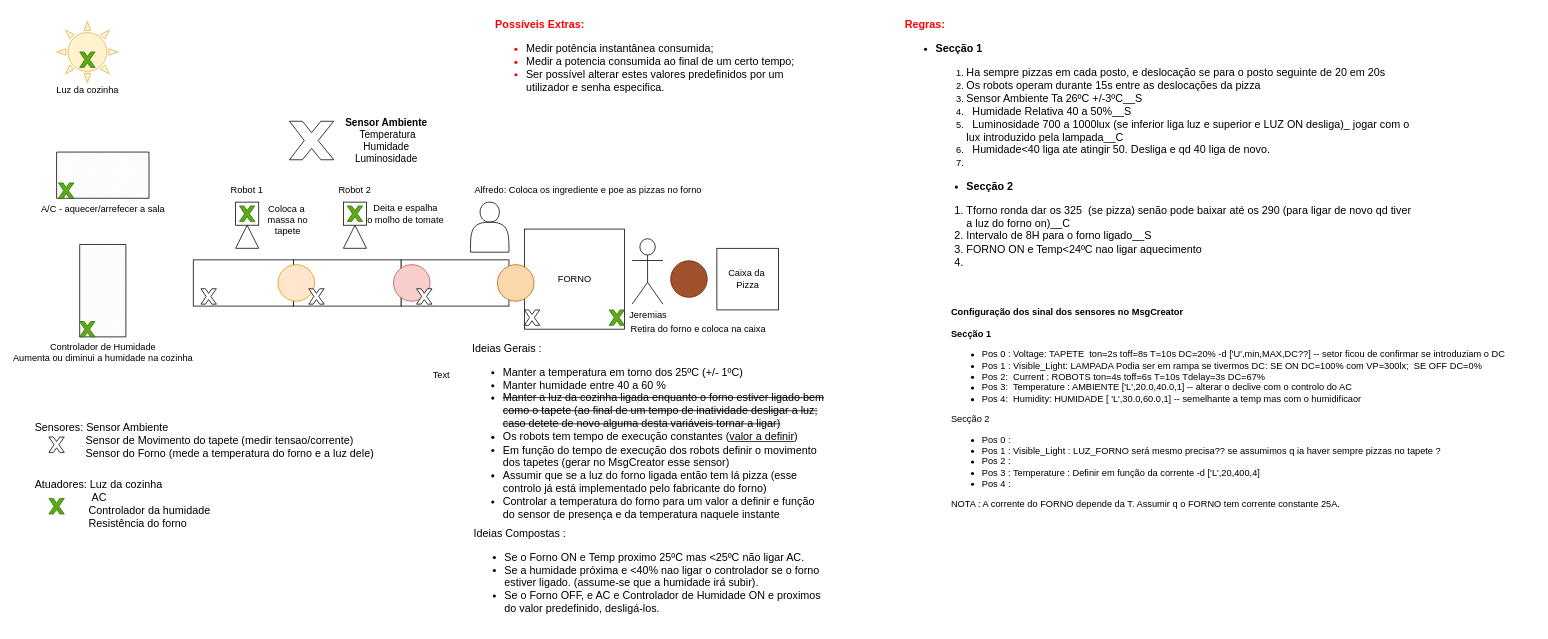
Above: squematics/base_floor.drawio in Automation-yatata/Industry4.0-PizzaPlace (draw.io), before the change. Source tidied: cells renumbered, new cells numbered last; positions are measured from the earlier drawing's top-left corner, leaving out a move shared by most shapes. Both pictures are drawn from the tidied source at 77%, with x=0, y=0 at pixel (33, 13).
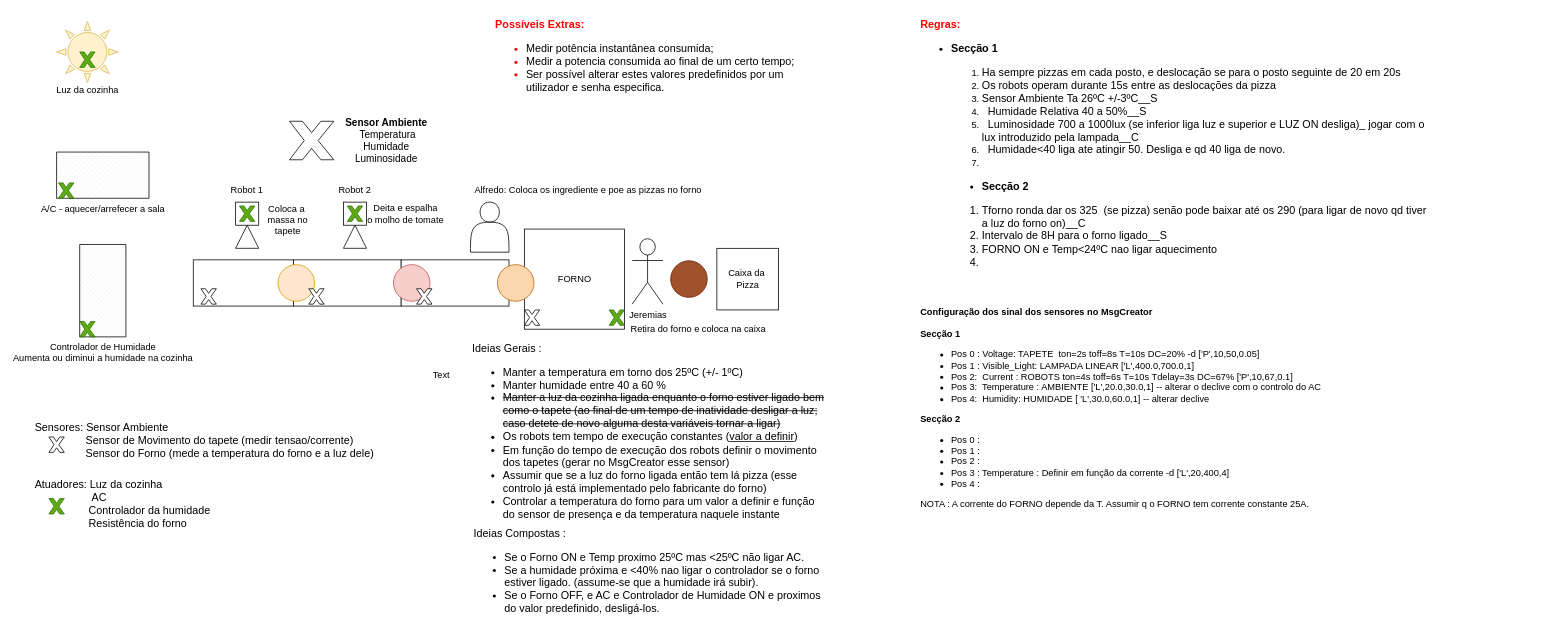
Above is the later version.

The edit, as a diff of the source:
```diff
@@
     <mxCell id="47" value="&lt;b&gt;&lt;font style=&quot;font-size: 14px&quot;&gt;&lt;font color=&quot;#ff0000&quot;&gt;Regras:&lt;/font&gt;&lt;br&gt;&lt;ul&gt;&lt;li&gt;&lt;b&gt;&lt;font style=&quot;font-size: 14px&quot;&gt;Secção &lt;/font&gt;&lt;font style=&quot;font-size: 14px&quot;&gt;1&lt;/font&gt;&lt;/b&gt;&lt;/li&gt;&lt;/ul&gt;&lt;/font&gt;&lt;/b&gt;&lt;blockquote style=&quot;margin: 0 0 0 40px ; border: none ; padding: 0px&quot;&gt;&lt;ol&gt;&lt;li&gt;&lt;span style=&quot;font-size: 14px&quot;&gt;Ha sempre pizzas em cada posto, e deslocação se para o posto seguinte de 20 em 20s&lt;/span&gt;&lt;/li&gt;&lt;li&gt;&lt;span style=&quot;font-size: 14px&quot;&gt;Os robots operam durante 15s entre as &lt;/span&gt;&lt;span style=&quot;font-size: 14px&quot;&gt;deslocações&lt;/span&gt;&lt;span style=&quot;font-size: 14px&quot;&gt;&amp;nbsp;da pizza&amp;nbsp;&lt;/span&gt;&lt;/li&gt;&lt;li&gt;&lt;span style=&quot;font-size: 14px&quot;&gt; Sensor Ambiente Ta 26ºC +/-3ºC__S&amp;nbsp;&lt;/span&gt;&lt;/li&gt;&lt;li&gt;&lt;b style=&quot;font-size: 14px&quot;&gt;&amp;nbsp; &lt;/b&gt;&lt;span style=&quot;font-size: 14px&quot;&gt;Humidade Relativa 40 a 50%__S&lt;/span&gt;&lt;/li&gt;&lt;li&gt;&lt;span style=&quot;font-size: 14px&quot;&gt;&amp;nbsp; Luminosidade 700 a 1000lux (se inferior liga luz e superior e LUZ ON desliga)_ jogar com o lux introduzido pela lampada__C&lt;/span&gt;&lt;/li&gt;&lt;li&gt;&lt;span style=&quot;font-size: 14px&quot;&gt;&amp;nbsp; Humidade&amp;lt;40 liga ate atingir 50. Desliga e qd 40 liga de novo.&lt;/span&gt;&lt;/li&gt;&lt;li&gt;&lt;span style=&quot;font-size: 14px&quot;&gt;&lt;br&gt;&lt;/span&gt;&lt;/li&gt;&lt;/ol&gt;&lt;div style=&quot;font-size: 14px&quot;&gt;&lt;ul&gt;&lt;li&gt;&lt;span style=&quot;font-size: 14px&quot;&gt;&lt;b&gt;Secção 2&lt;/b&gt;&lt;/span&gt;&lt;/li&gt;&lt;/ul&gt;&lt;ol&gt;&lt;li&gt;Tforno ronda dar os 325&amp;nbsp; (se pizza) senão pode baixar até os 290 (para ligar de novo qd tiver a luz do forno on)__C&lt;/li&gt;&lt;li&gt;Intervalo de 8H para o forno ligado__S&lt;/li&gt;&lt;li&gt;FORNO ON e Temp&amp;lt;24ºC nao ligar aquecimento&lt;/li&gt;&lt;li&gt;&lt;br&gt;&lt;/li&gt;&lt;/ol&gt;&lt;/div&gt;&lt;/blockquote&gt;" style="text;html=1;strokeColor=none;fillColor=none;align=left;verticalAlign=top;whiteSpace=wrap;rounded=0;" parent="1" vertex="1">
-      <mxGeometry x="1130" width="661" height="340" as="geometry" />
+      <mxGeometry x="1150" width="661" height="340" as="geometry" />
     </mxCell>
-    <mxCell id="48" value="&lt;b&gt;Configuração dos sinal dos sensores no MsgCreator&lt;br&gt;&lt;br&gt;Secção 1&lt;/b&gt;&lt;br&gt;&lt;ul&gt;&lt;li&gt;Pos 0 : Voltage: TAPETE&amp;nbsp; ton=2s toff=8s T=10s DC=20% -d ['U',min,MAX,DC??] -- setor ficou de confirmar se introduziam o DC&lt;/li&gt;&lt;li&gt;Pos 1 : Visible_Light: LAMPADA Podia ser em rampa se tivermos DC: SE ON DC=100% com VP=300lx;&amp;nbsp; SE OFF DC=0%&lt;/li&gt;&lt;li&gt;Pos 2:&amp;nbsp; Current : ROBOTS ton=4s toff=6s T=10s Tdelay=3s DC=67%&lt;/li&gt;&lt;li&gt;Pos 3:&amp;nbsp; Temperature : AMBIENTE ['L',20.0,40.0,1] -- alterar o declive com o controlo do AC&lt;/li&gt;&lt;li&gt;Pos 4:&amp;nbsp; Humidity: HUMIDADE [ 'L',30.0,60.0,1] -- semelhante a temp mas com o humidificaor&lt;/li&gt;&lt;/ul&gt;&lt;div&gt;Secção 2&lt;/div&gt;&lt;div&gt;&lt;ul&gt;&lt;li&gt;Pos 0 :&lt;/li&gt;&lt;li&gt;Pos 1 : Visible_Light : LUZ_FORNO será mesmo precisa?? se assumimos q ia haver sempre pizzas no tapete ?&lt;/li&gt;&lt;li&gt;Pos 2 :&amp;nbsp;&lt;/li&gt;&lt;li&gt;Pos 3 : Temperature : Definir em função da corrente -d ['L',20,400,4]&lt;/li&gt;&lt;li&gt;Pos 4 :&amp;nbsp; &amp;nbsp;&lt;/li&gt;&lt;/ul&gt;&lt;div&gt;NOTA : A corrente do FORNO d&lt;span&gt;epende da T. Assumir q o FORNO tem corrente constante 25A.&lt;/span&gt;&lt;/div&gt;&lt;/div&gt;" style="text;html=1;strokeColor=none;fillColor=none;align=left;verticalAlign=top;whiteSpace=wrap;rounded=0;" parent="1" vertex="1">
-      <mxGeometry x="1190" y="373.8" width="760" height="276.2" as="geometry" />
+    <mxCell id="48" value="&lt;b&gt;Configuração dos sinal dos sensores no MsgCreator&lt;br&gt;&lt;br&gt;Secção 1&lt;/b&gt;&lt;br&gt;&lt;ul&gt;&lt;li&gt;Pos 0 : Voltage: TAPETE&amp;nbsp; ton=2s toff=8s T=10s DC=20% -d ['P',10,50,0.05]&amp;nbsp;&lt;/li&gt;&lt;li&gt;Pos 1 : Visible_Light: LAMPADA LINEAR ['L',400.0,700.0,1]&lt;/li&gt;&lt;li&gt;Pos 2:&amp;nbsp; Current : ROBOTS ton=4s toff=6s T=10s Tdelay=3s DC=67% ['P',10,67,0.1]&lt;/li&gt;&lt;li&gt;Pos 3:&amp;nbsp; Temperature : AMBIENTE ['L',20.0,30.0,1] -- alterar o declive com o controlo do AC&lt;/li&gt;&lt;li&gt;Pos 4:&amp;nbsp; Humidity: HUMIDADE [ 'L',30.0,60.0,1] -- alterar declive&lt;/li&gt;&lt;/ul&gt;&lt;div&gt;&lt;b&gt;Secção 2&lt;/b&gt;&lt;/div&gt;&lt;div&gt;&lt;ul&gt;&lt;li&gt;Pos 0 :&lt;/li&gt;&lt;li&gt;Pos 1 :&amp;nbsp;&lt;/li&gt;&lt;li&gt;Pos 2 :&amp;nbsp;&lt;/li&gt;&lt;li&gt;Pos 3 : Temperature : Definir em função da corrente -d ['L',20,400,4]&lt;/li&gt;&lt;li&gt;Pos 4 :&amp;nbsp; &amp;nbsp;&lt;/li&gt;&lt;/ul&gt;&lt;div&gt;NOTA : A corrente do FORNO d&lt;span&gt;epende da T. Assumir q o FORNO tem corrente constante 25A.&lt;/span&gt;&lt;/div&gt;&lt;/div&gt;" style="text;html=1;strokeColor=none;fillColor=none;align=left;verticalAlign=top;whiteSpace=wrap;rounded=0;" parent="1" vertex="1">
+      <mxGeometry x="1150" y="373.8" width="760" height="276.2" as="geometry" />
     </mxCell>
```
